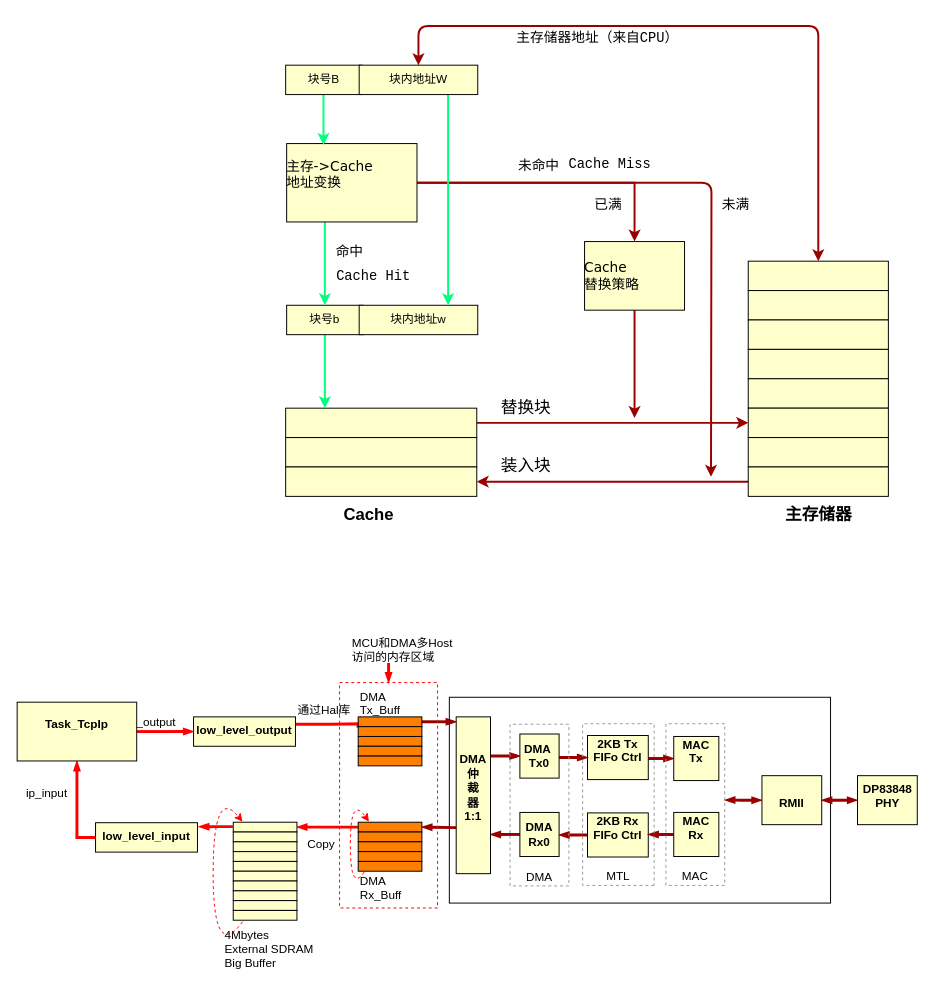
The draw.io diagram DMA数据数据发送逻辑.drawio in zjh6607476/drawing, before the edit. Source tidied: cells renumbered, new cells numbered last; positions are measured from the earlier drawing's top-left corner, leaving out a move shared by most shapes. Both pictures are drawn from the tidied source at 98%, with x=0, y=0 at pixel (17, 25).
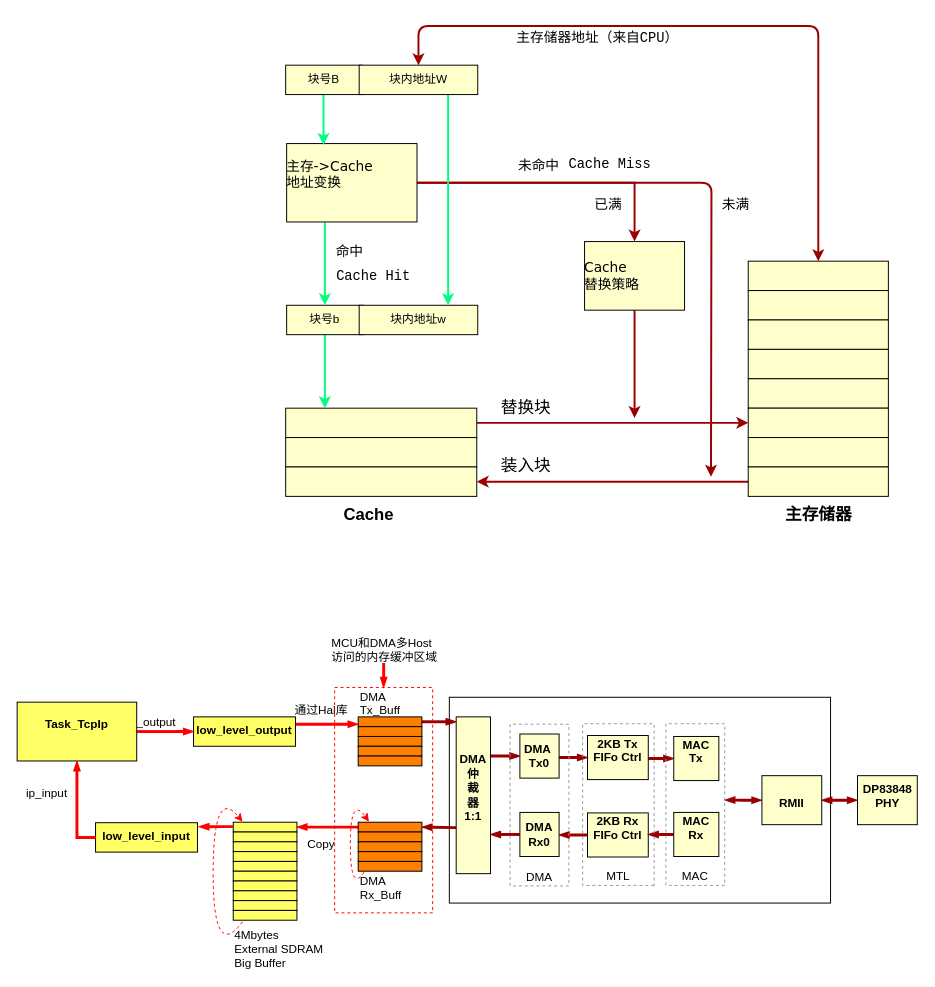
After the change.

Commit message (it also covers changes not shown here):
Update DMA数据数据发送逻辑.drawio

The change refers to these unchanged cells:
```xml
<mxCell id="86" style="align=center;verticalAlign=middle;fontStyle=1;strokeWidth=1;fillColor=#FF8000;spacing=0;whiteSpace=wrap;" parent="1" vertex="1">
  <mxGeometry x="348" y="705" width="65" height="10" as="geometry" />
</mxCell>
```

The edit, as a diff of the source:
```diff
@@
-    <mxCell id="65" style="edgeStyle=orthogonalEdgeStyle;rounded=0;jettySize=auto;html=1;exitX=1;exitY=0.25;exitDx=0;exitDy=0;startArrow=none;startFill=0;endArrow=blockThin;endFill=1;strokeColor=#FF0000;strokeWidth=3;fontSize=12;entryX=0.21;entryY=0.152;entryDx=0;entryDy=0;entryPerimeter=0;endSize=3;startSize=3;" parent="1" edge="1" source="67" target="97">
-      <mxGeometry relative="1" as="geometry">
-        <Array as="points">
-          <mxPoint x="320" y="712" />
-          <mxPoint x="320" y="712" />
-        </Array>
-      </mxGeometry>
+    <mxCell id="65" style="edgeStyle=orthogonalEdgeStyle;rounded=0;jettySize=auto;html=1;exitX=1;exitY=0.25;exitDx=0;exitDy=0;startArrow=none;startFill=0;endArrow=blockThin;endFill=1;strokeColor=#FF0000;strokeWidth=3;fontSize=12;endSize=3;startSize=3;entryX=0;entryY=0.75;entryDx=0;entryDy=0;" parent="1" edge="1" source="67" target="86">
+      <mxGeometry relative="1" as="geometry" />
     </mxCell>
@@
-    <mxCell id="67" value="low_level_output&#10;" style="whiteSpace=wrap;align=center;verticalAlign=top;fontStyle=1;strokeWidth=1;fillColor=#FFFFCC;" parent="1" vertex="1">
+    <mxCell id="67" value="low_level_output&#10;" style="whiteSpace=wrap;align=center;verticalAlign=top;fontStyle=1;strokeWidth=1;fillColor=#FFFF66;" parent="1" vertex="1">
       <mxGeometry x="180" y="705" width="104" height="30" as="geometry" />
     </mxCell>
-    <mxCell id="68" value="low_level_input&#10;" style="whiteSpace=wrap;align=center;verticalAlign=top;fontStyle=1;strokeWidth=1;fillColor=#FFFFCC;" parent="1" vertex="1">
+    <mxCell id="68" value="low_level_input&#10;" style="whiteSpace=wrap;align=center;verticalAlign=top;fontStyle=1;strokeWidth=1;fillColor=#FFFF66;" parent="1" vertex="1">
       <mxGeometry x="80" y="813" width="104" height="30" as="geometry" />
     </mxCell>
@@
-    <mxCell id="73" value="Task_TcpIp&#10;" style="whiteSpace=wrap;align=center;verticalAlign=middle;fontStyle=1;strokeWidth=1;fillColor=#FFFFCC;fontSize=12;" parent="1" vertex="1">
+    <mxCell id="73" value="Task_TcpIp&#10;" style="whiteSpace=wrap;align=center;verticalAlign=middle;fontStyle=1;strokeWidth=1;fillColor=#FFFF66;fontSize=12;" parent="1" vertex="1">
       <mxGeometry y="690" width="122" height="60" as="geometry" />
     </mxCell>
@@
-    <mxCell id="75" style="align=center;verticalAlign=middle;fontStyle=0;strokeWidth=1;fillColor=#FFFFCC;spacing=0;whiteSpace=wrap;fontSize=8;" parent="1" vertex="1">
+    <mxCell id="75" style="align=center;verticalAlign=middle;fontStyle=0;strokeWidth=1;fillColor=#FFFF66;spacing=0;whiteSpace=wrap;fontSize=8;" parent="1" vertex="1">
       <mxGeometry x="220.5" y="812.5" width="65" height="10" as="geometry" />
     </mxCell>
-    <mxCell id="76" style="align=center;verticalAlign=middle;fontStyle=1;strokeWidth=1;fillColor=#FFFFCC;spacing=0;whiteSpace=wrap;" parent="1" vertex="1">
+    <mxCell id="76" style="align=center;verticalAlign=middle;fontStyle=1;strokeWidth=1;fillColor=#FFFF66;spacing=0;whiteSpace=wrap;" parent="1" vertex="1">
       <mxGeometry x="220.5" y="822.5" width="65" height="10" as="geometry" />
     </mxCell>
-    <mxCell id="77" style="align=center;verticalAlign=middle;fontStyle=1;strokeWidth=1;fillColor=#FFFFCC;spacing=0;whiteSpace=wrap;" parent="1" vertex="1">
+    <mxCell id="77" style="align=center;verticalAlign=middle;fontStyle=1;strokeWidth=1;fillColor=#FFFF66;spacing=0;whiteSpace=wrap;" parent="1" vertex="1">
       <mxGeometry x="220.5" y="832.5" width="65" height="10" as="geometry" />
     </mxCell>
-    <mxCell id="78" style="align=center;verticalAlign=middle;fontStyle=1;strokeWidth=1;fillColor=#FFFFCC;spacing=0;whiteSpace=wrap;" parent="1" vertex="1">
+    <mxCell id="78" style="align=center;verticalAlign=middle;fontStyle=1;strokeWidth=1;fillColor=#FFFF66;spacing=0;whiteSpace=wrap;" parent="1" vertex="1">
       <mxGeometry x="220.5" y="842.5" width="65" height="10" as="geometry" />
     </mxCell>
-    <mxCell id="79" style="align=center;verticalAlign=middle;fontStyle=1;strokeWidth=1;fillColor=#FFFFCC;spacing=0;whiteSpace=wrap;" parent="1" vertex="1">
+    <mxCell id="79" style="align=center;verticalAlign=middle;fontStyle=1;strokeWidth=1;fillColor=#FFFF66;spacing=0;whiteSpace=wrap;" parent="1" vertex="1">
       <mxGeometry x="220.5" y="852.5" width="65" height="10" as="geometry" />
     </mxCell>
-    <mxCell id="80" style="align=center;verticalAlign=middle;fontStyle=0;strokeWidth=1;fillColor=#FFFFCC;spacing=0;whiteSpace=wrap;fontSize=8;" parent="1" vertex="1">
+    <mxCell id="80" style="align=center;verticalAlign=middle;fontStyle=0;strokeWidth=1;fillColor=#FFFF66;spacing=0;whiteSpace=wrap;fontSize=8;" parent="1" vertex="1">
       <mxGeometry x="220.5" y="862.5" width="65" height="10" as="geometry" />
     </mxCell>
-    <mxCell id="81" style="align=center;verticalAlign=middle;fontStyle=1;strokeWidth=1;fillColor=#FFFFCC;spacing=0;whiteSpace=wrap;" parent="1" vertex="1">
+    <mxCell id="81" style="align=center;verticalAlign=middle;fontStyle=1;strokeWidth=1;fillColor=#FFFF66;spacing=0;whiteSpace=wrap;" parent="1" vertex="1">
       <mxGeometry x="220.5" y="872.5" width="65" height="10" as="geometry" />
     </mxCell>
-    <mxCell id="82" style="align=center;verticalAlign=middle;fontStyle=1;strokeWidth=1;fillColor=#FFFFCC;spacing=0;whiteSpace=wrap;" parent="1" vertex="1">
+    <mxCell id="82" style="align=center;verticalAlign=middle;fontStyle=1;strokeWidth=1;fillColor=#FFFF66;spacing=0;whiteSpace=wrap;" parent="1" vertex="1">
       <mxGeometry x="220.5" y="882.5" width="65" height="10" as="geometry" />
     </mxCell>
-    <mxCell id="83" style="align=center;verticalAlign=middle;fontStyle=1;strokeWidth=1;fillColor=#FFFFCC;spacing=0;whiteSpace=wrap;" parent="1" vertex="1">
+    <mxCell id="83" style="align=center;verticalAlign=middle;fontStyle=1;strokeWidth=1;fillColor=#FFFF66;spacing=0;whiteSpace=wrap;" parent="1" vertex="1">
       <mxGeometry x="220.5" y="892.5" width="65" height="10" as="geometry" />
     </mxCell>
-    <mxCell id="84" style="align=center;verticalAlign=middle;fontStyle=1;strokeWidth=1;fillColor=#FFFFCC;spacing=0;whiteSpace=wrap;" parent="1" vertex="1">
+    <mxCell id="84" style="align=center;verticalAlign=middle;fontStyle=1;strokeWidth=1;fillColor=#FFFF66;spacing=0;whiteSpace=wrap;" parent="1" vertex="1">
       <mxGeometry x="220.5" y="902.5" width="65" height="10" as="geometry" />
     </mxCell>
     <mxCell id="85" value="4Mbytes&lt;br&gt;External SDRAM&lt;br&gt;Big Buffer&lt;br&gt;" style="text;html=1;align=left;verticalAlign=top;spacingTop=-4;" parent="1" vertex="1">
-      <mxGeometry x="210" y="917.5" width="110" height="40" as="geometry" />
+      <mxGeometry x="220" y="917.5" width="110" height="40" as="geometry" />
     </mxCell>
@@
     <mxCell id="97" style="rounded=0;whiteSpace=wrap;html=1;dashed=1;strokeColor=#FF0000;fillColor=none;fontSize=12;align=center;" parent="1" vertex="1">
-      <mxGeometry x="329" y="670" width="100" height="230" as="geometry" />
+      <mxGeometry x="324" y="675" width="100" height="230" as="geometry" />
     </mxCell>
     <mxCell id="98" style="edgeStyle=orthogonalEdgeStyle;rounded=0;jettySize=auto;html=1;entryX=0.5;entryY=0;entryDx=0;entryDy=0;startArrow=none;startFill=0;endArrow=blockThin;endFill=1;strokeColor=#FF0000;strokeWidth=3;fontSize=12;endSize=3;startSize=3;" parent="1" edge="1" source="99" target="97">
       <mxGeometry relative="1" as="geometry">
         <Array as="points">
-          <mxPoint x="379" y="670" />
-          <mxPoint x="379" y="670" />
+          <mxPoint x="374" y="675" />
+          <mxPoint x="374" y="675" />
         </Array>
       </mxGeometry>
     </mxCell>
-    <mxCell id="99" value="MCU和DMA多Host&lt;br&gt;访问的内存区域" style="text;html=1;points=[];align=left;verticalAlign=top;spacingTop=-4;fontSize=12;" parent="1" vertex="1">
-      <mxGeometry x="340" y="620" width="120" height="30" as="geometry" />
+    <mxCell id="99" value="MCU和DMA多Host&lt;br&gt;访问的内存缓冲区域" style="text;html=1;points=[];align=left;verticalAlign=top;spacingTop=-4;fontSize=12;" parent="1" vertex="1">
+      <mxGeometry x="319" y="620" width="120" height="30" as="geometry" />
     </mxCell>
```
